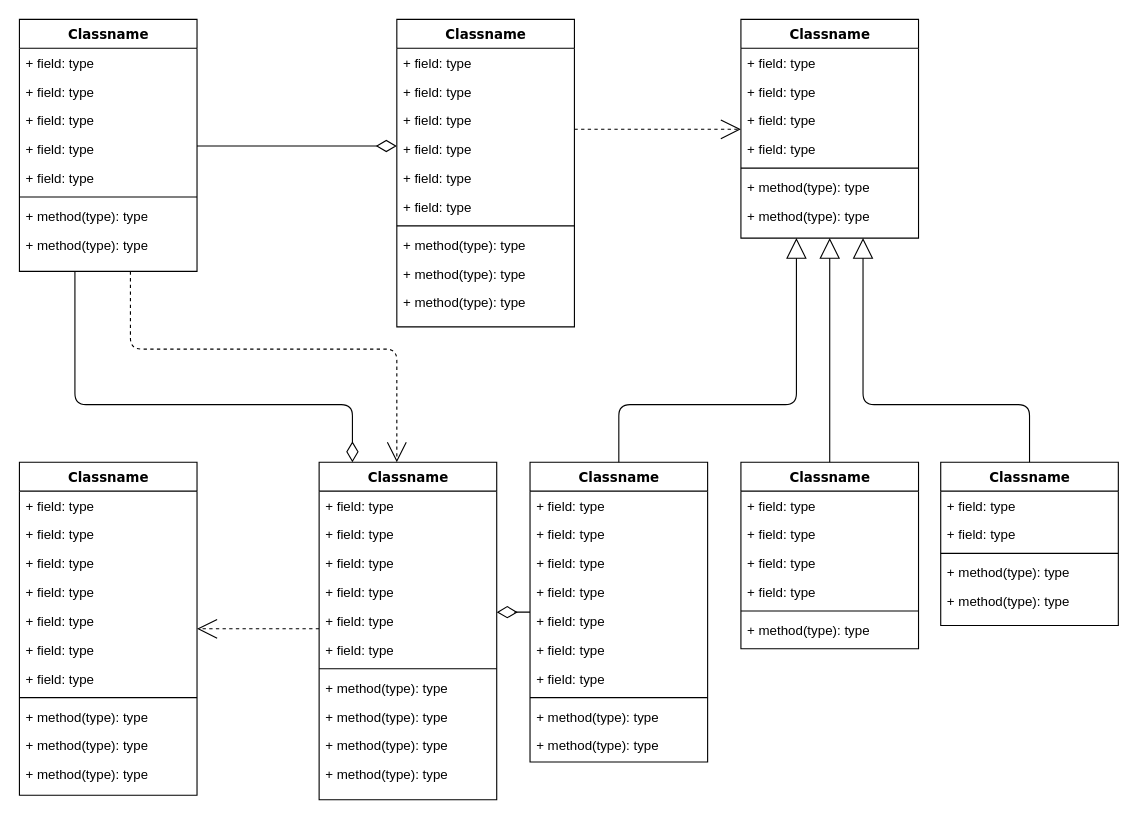
Earlier version of the draw.io diagram homelab.drawio (matthewcramerr/matthewcramerr). Source tidied: cells renumbered, new cells numbered last; positions are measured from the earlier drawing's top-left corner, leaving out a move shared by most shapes. Both pictures are drawn from the tidied source at 111%, with x=0, y=0 at pixel (19, 19).
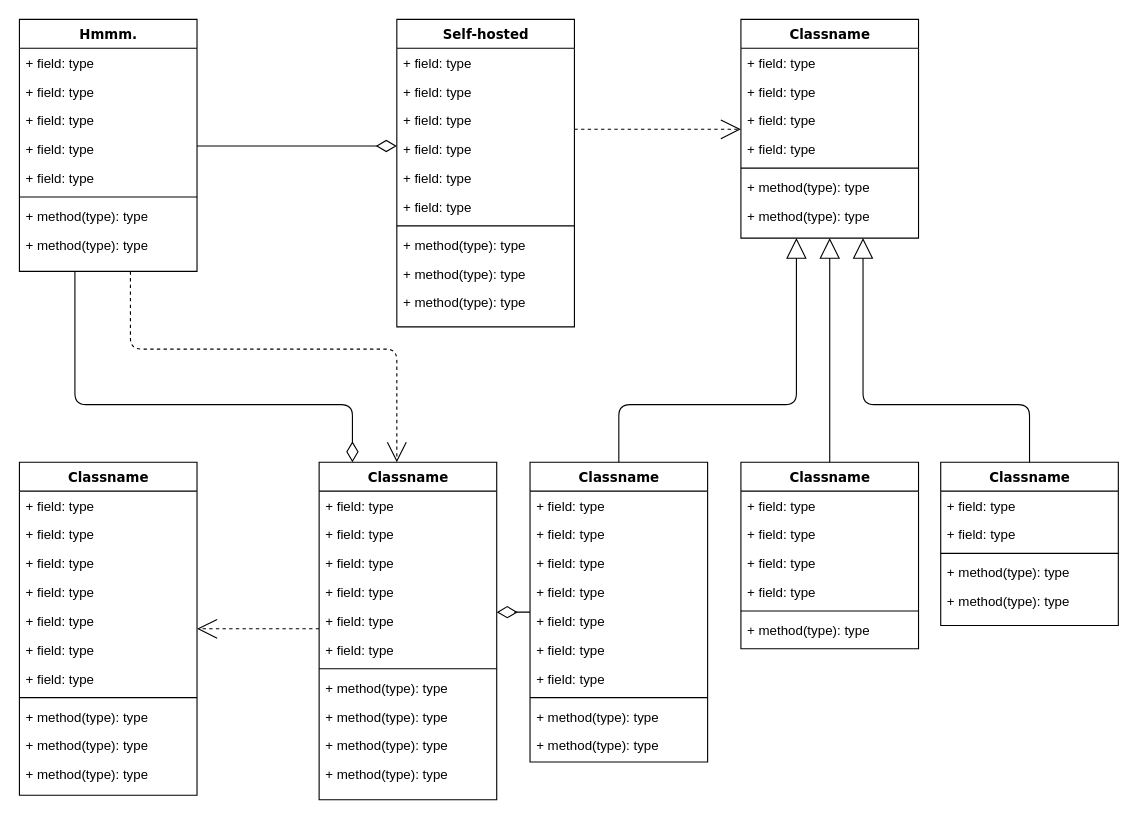
The same page after the edit.

Change to the diagram source:
```diff
@@
-    <mxCell id="4" value="Classname" style="swimlane;html=1;fontStyle=1;align=center;verticalAlign=top;horizontal=1;startSize=26;swimlaneFillColor=#ffffff;rounded=0;shadow=0;comic=0;labelBackgroundColor=none;strokeWidth=1;fillColor=none;fontFamily=Verdana;fontSize=12;" parent="1" vertex="1">
+    <mxCell id="4" value="Hmmm." style="swimlane;html=1;fontStyle=1;align=center;verticalAlign=top;horizontal=1;startSize=26;swimlaneFillColor=#ffffff;rounded=0;shadow=0;comic=0;labelBackgroundColor=none;strokeWidth=1;fillColor=none;fontFamily=Verdana;fontSize=12;" parent="1" vertex="1">
       <mxGeometry width="160" height="227" as="geometry" />
     </mxCell>
@@
-    <mxCell id="14" value="Classname" style="swimlane;html=1;fontStyle=1;align=center;verticalAlign=top;horizontal=1;startSize=26;swimlaneFillColor=#ffffff;rounded=0;shadow=0;comic=0;labelBackgroundColor=none;strokeWidth=1;fillColor=none;fontFamily=Verdana;fontSize=12;" parent="1" vertex="1">
+    <mxCell id="14" value="Self-hosted" style="swimlane;html=1;fontStyle=1;align=center;verticalAlign=top;horizontal=1;startSize=26;swimlaneFillColor=#ffffff;rounded=0;shadow=0;comic=0;labelBackgroundColor=none;strokeWidth=1;fillColor=none;fontFamily=Verdana;fontSize=12;" parent="1" vertex="1">
       <mxGeometry x="340" width="160" height="277" as="geometry" />
     </mxCell>
```
